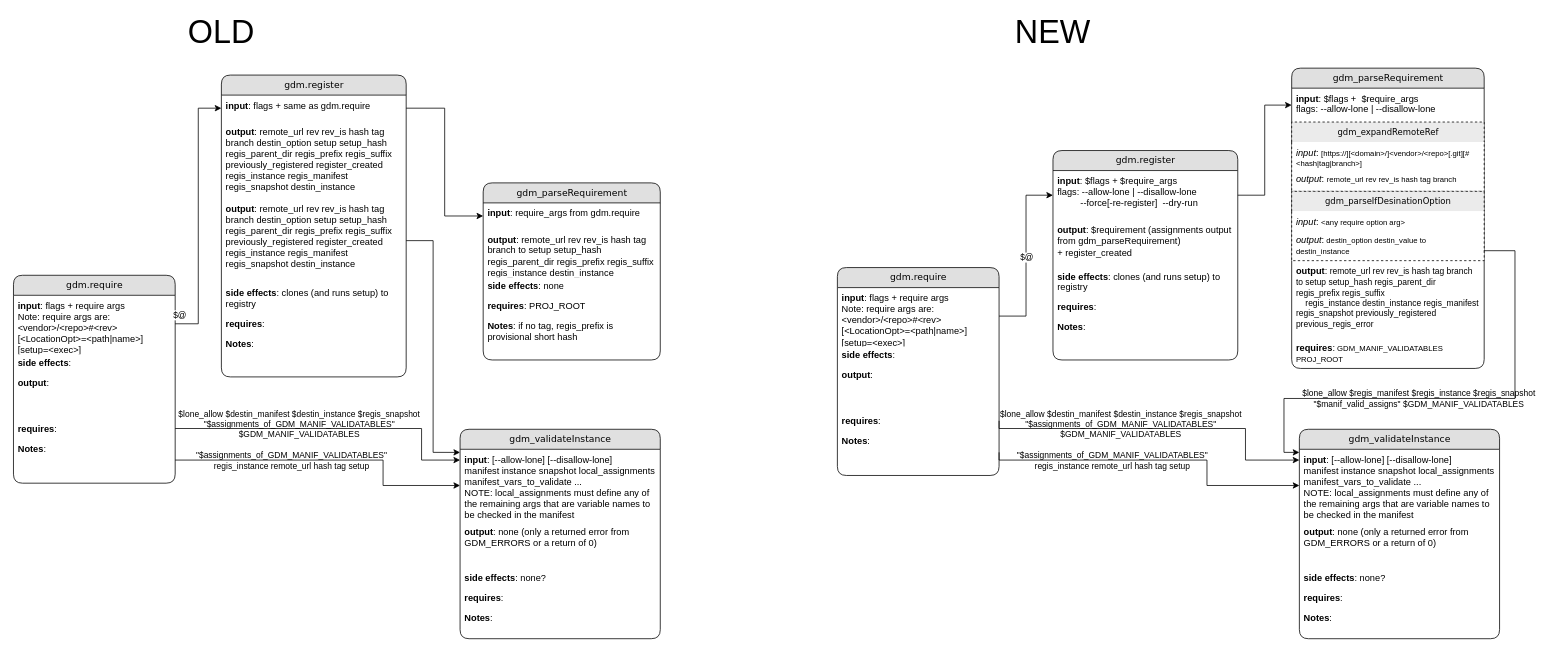
Jeff-Russ/git-dependency-manager keeps this draw.io diagram as src_docs/Call_Graph.drawio. Above is the earlier version. Source tidied: cells renumbered, new cells numbered last; positions are measured from the earlier drawing's top-left corner, leaving out a move shared by most shapes. Both pictures are drawn from the tidied source at 77%, with x=0, y=0 at pixel (13, 21).
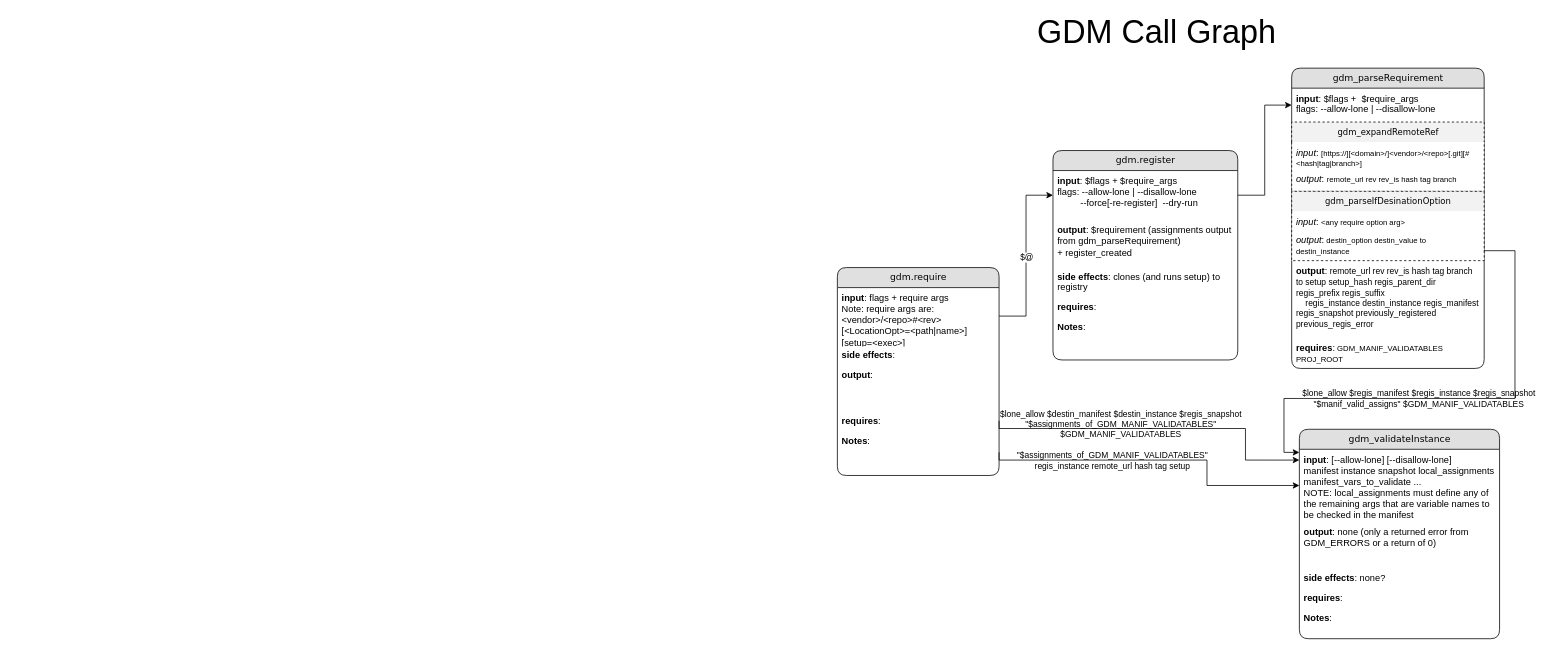
The same diagram, later.

Commit message (it also covers changes not shown here):
Make gdm_parseRequirement output complete requirement details, etc (see changes.md)

The change refers to these unchanged cells:
```xml
<mxCell id="35" value="gdm_parseRequirement" style="swimlane;html=1;fontStyle=0;horizontal=1;startSize=26;fillColor=#e0e0e0;swimlaneFillColor=#ffffff;align=center;rounded=1;shadow=0;comic=0;labelBackgroundColor=none;strokeWidth=1;fontFamily=Verdana;fontSize=12;" parent="1" vertex="1">
  <mxGeometry x="1660" y="61" width="250" height="390" as="geometry" />
</mxCell>
```

What changed in the source:
```diff
@@
-    <mxCell id="2" value="gdm_parseRequirement" style="swimlane;html=1;fontStyle=0;horizontal=1;startSize=26;fillColor=#e0e0e0;swimlaneFillColor=#ffffff;align=center;rounded=1;shadow=0;comic=0;labelBackgroundColor=none;strokeWidth=1;fontFamily=Verdana;fontSize=12;" parent="1" vertex="1">
-      <mxGeometry x="610" y="210" width="230" height="230" as="geometry" />
-    </mxCell>
-    <mxCell id="3" value="&lt;b&gt;input&lt;/b&gt;: require_args&amp;nbsp;from gdm.require" style="text;html=1;strokeColor=none;fillColor=none;spacingLeft=4;spacingRight=4;whiteSpace=wrap;overflow=hidden;points=[[0,0.5],[1,0.5]];portConstraint=eastwest;" parent="2" vertex="1">
-      <mxGeometry y="26" width="230" height="34" as="geometry" />
-    </mxCell>
-    <mxCell id="4" value="&lt;b&gt;output&lt;/b&gt;:&amp;nbsp;remote_url rev rev_is hash tag branch to setup setup_hash regis_parent_dir regis_prefix regis_suffix regis_instance destin_instance" style="text;html=1;strokeColor=none;fillColor=none;spacingLeft=4;spacingRight=4;whiteSpace=wrap;overflow=hidden;" parent="2" vertex="1">
-      <mxGeometry y="60" width="230" height="60" as="geometry" />
-    </mxCell>
-    <mxCell id="5" value="&lt;b&gt;side effects&lt;/b&gt;: none" style="text;html=1;strokeColor=none;fillColor=none;spacingLeft=4;spacingRight=4;whiteSpace=wrap;overflow=hidden;" parent="2" vertex="1">
-      <mxGeometry y="120" width="230" height="26" as="geometry" />
-    </mxCell>
-    <mxCell id="6" value="&lt;b&gt;requires&lt;/b&gt;:&amp;nbsp;PROJ_ROOT" style="text;html=1;strokeColor=none;fillColor=none;spacingLeft=4;spacingRight=4;whiteSpace=wrap;overflow=hidden;" parent="2" vertex="1">
-      <mxGeometry y="146" width="230" height="26" as="geometry" />
-    </mxCell>
-    <mxCell id="7" value="&lt;b&gt;Notes&lt;/b&gt;: if no tag, regis_prefix is provisional short hash" style="text;html=1;strokeColor=none;fillColor=none;spacingLeft=4;spacingRight=4;whiteSpace=wrap;overflow=hidden;" parent="2" vertex="1">
-      <mxGeometry y="172" width="230" height="56" as="geometry" />
-    </mxCell>
-    <mxCell id="8" value="gdm_validateInstance" style="swimlane;html=1;fontStyle=0;horizontal=1;startSize=26;fillColor=#e0e0e0;swimlaneFillColor=#ffffff;align=center;rounded=1;shadow=0;comic=0;labelBackgroundColor=none;strokeWidth=1;fontFamily=Verdana;fontSize=12;" parent="1" vertex="1">
-      <mxGeometry x="580" y="530" width="260" height="272" as="geometry" />
-    </mxCell>
-    <mxCell id="9" value="&lt;b&gt;input&lt;/b&gt;:&amp;nbsp;[--allow-lone] [--disallow-lone] manifest&amp;nbsp;instance snapshot local_assignments manifest_vars_to_validate ...&lt;br&gt;NOTE: local_assignments must&amp;nbsp;define&amp;nbsp;any of the remaining args that are variable names to be checked in the manifest" style="text;html=1;strokeColor=none;fillColor=none;spacingLeft=4;spacingRight=4;whiteSpace=wrap;overflow=hidden;points=[[0,0.5],[1,0.5]];portConstraint=eastwest;" parent="8" vertex="1">
-      <mxGeometry y="26" width="260" height="94" as="geometry" />
-    </mxCell>
-    <mxCell id="10" value="&lt;b&gt;output&lt;/b&gt;: none (only a returned error from GDM_ERRORS or a return of 0&lt;span style=&quot;background-color: initial;&quot;&gt;)&lt;/span&gt;" style="text;html=1;strokeColor=none;fillColor=none;spacingLeft=4;spacingRight=4;whiteSpace=wrap;overflow=hidden;" parent="8" vertex="1">
-      <mxGeometry y="120" width="260" height="60" as="geometry" />
-    </mxCell>
-    <mxCell id="11" value="&lt;b&gt;side effects&lt;/b&gt;: none?" style="text;html=1;strokeColor=none;fillColor=none;spacingLeft=4;spacingRight=4;whiteSpace=wrap;overflow=hidden;" parent="8" vertex="1">
-      <mxGeometry y="180" width="260" height="26" as="geometry" />
-    </mxCell>
-    <mxCell id="12" value="&lt;b&gt;requires&lt;/b&gt;:&amp;nbsp;" style="text;html=1;strokeColor=none;fillColor=none;spacingLeft=4;spacingRight=4;whiteSpace=wrap;overflow=hidden;" parent="8" vertex="1">
-      <mxGeometry y="206" width="260" height="26" as="geometry" />
-    </mxCell>
-    <mxCell id="13" value="&lt;b&gt;Notes&lt;/b&gt;:" style="text;html=1;strokeColor=none;fillColor=none;spacingLeft=4;spacingRight=4;whiteSpace=wrap;overflow=hidden;" parent="8" vertex="1">
-      <mxGeometry y="232" width="260" height="40" as="geometry" />
-    </mxCell>
-    <mxCell id="14" value="gdm.require" style="swimlane;html=1;fontStyle=0;horizontal=1;startSize=26;fillColor=#e0e0e0;swimlaneFillColor=#ffffff;align=center;rounded=1;shadow=0;comic=0;labelBackgroundColor=none;strokeWidth=1;fontFamily=Verdana;fontSize=12;" parent="1" vertex="1">
-      <mxGeometry y="330" width="210" height="270" as="geometry" />
-    </mxCell>
-    <mxCell id="15" value="&lt;b&gt;input&lt;/b&gt;: flags + require args&lt;br&gt;Note: require args are:&amp;lt;vendor&amp;gt;/&amp;lt;repo&amp;gt;#&amp;lt;rev&amp;gt; [&amp;lt;LocationOpt&amp;gt;=&amp;lt;path|name&amp;gt;] [setup=&amp;lt;exec&amp;gt;]" style="text;html=1;strokeColor=none;fillColor=none;spacingLeft=4;spacingRight=4;whiteSpace=wrap;overflow=hidden;points=[[0,0.5],[1,0.5]];portConstraint=eastwest;" parent="14" vertex="1">
-      <mxGeometry y="26" width="210" height="74" as="geometry" />
-    </mxCell>
-    <mxCell id="16" value="&lt;b&gt;side effects&lt;/b&gt;:" style="text;html=1;strokeColor=none;fillColor=none;spacingLeft=4;spacingRight=4;whiteSpace=wrap;overflow=hidden;" parent="14" vertex="1">
-      <mxGeometry y="100" width="210" height="26" as="geometry" />
-    </mxCell>
-    <mxCell id="17" value="&lt;b&gt;output&lt;/b&gt;:&amp;nbsp;" style="text;html=1;strokeColor=none;fillColor=none;spacingLeft=4;spacingRight=4;whiteSpace=wrap;overflow=hidden;" parent="14" vertex="1">
-      <mxGeometry y="126" width="210" height="60" as="geometry" />
-    </mxCell>
-    <mxCell id="18" value="&lt;b&gt;requires&lt;/b&gt;:" style="text;html=1;strokeColor=none;fillColor=none;spacingLeft=4;spacingRight=4;whiteSpace=wrap;overflow=hidden;points=[[0,0.5],[1,0.5]];portConstraint=eastwest;" parent="14" vertex="1">
-      <mxGeometry y="186" width="210" height="26" as="geometry" />
-    </mxCell>
-    <mxCell id="19" value="&lt;b&gt;Notes&lt;/b&gt;:&amp;nbsp;" style="text;html=1;strokeColor=none;fillColor=none;spacingLeft=4;spacingRight=4;whiteSpace=wrap;overflow=hidden;points=[[0,0.5],[1,0.5]];portConstraint=eastwest;" parent="14" vertex="1">
-      <mxGeometry y="212" width="210" height="56" as="geometry" />
-    </mxCell>
-    <mxCell id="20" value="gdm.register" style="swimlane;html=1;fontStyle=0;horizontal=1;startSize=26;fillColor=#e0e0e0;swimlaneFillColor=#ffffff;align=center;rounded=1;shadow=0;comic=0;labelBackgroundColor=none;strokeWidth=1;fontFamily=Verdana;fontSize=12;" parent="1" vertex="1">
-      <mxGeometry x="270" y="70" width="240" height="392" as="geometry" />
-    </mxCell>
-    <mxCell id="21" value="&lt;b&gt;input&lt;/b&gt;: flags + same as gdm.require" style="text;html=1;strokeColor=none;fillColor=none;spacingLeft=4;spacingRight=4;whiteSpace=wrap;overflow=hidden;points=[[0,0.5],[1,0.5]];portConstraint=eastwest;" parent="20" vertex="1">
-      <mxGeometry y="26" width="240" height="34" as="geometry" />
-    </mxCell>
-    <mxCell id="22" value="&lt;b&gt;output&lt;/b&gt;:&amp;nbsp;remote_url rev rev_is hash tag branch destin_option setup setup_hash regis_parent_dir regis_prefix regis_suffix  previously_registered register_created regis_instance regis_manifest regis_snapshot destin_instance" style="text;html=1;strokeColor=none;fillColor=none;spacingLeft=4;spacingRight=4;whiteSpace=wrap;overflow=hidden;" parent="20" vertex="1">
-      <mxGeometry y="60" width="240" height="100" as="geometry" />
-    </mxCell>
-    <mxCell id="23" value="&lt;b&gt;output&lt;/b&gt;:&amp;nbsp;remote_url rev rev_is hash tag branch destin_option setup setup_hash regis_parent_dir regis_prefix regis_suffix  previously_registered register_created regis_instance regis_manifest regis_snapshot destin_instance" style="text;html=1;strokeColor=none;fillColor=none;spacingLeft=4;spacingRight=4;whiteSpace=wrap;overflow=hidden;points=[[0,0.5],[1,0.5]];portConstraint=eastwest;" parent="20" vertex="1">
-      <mxGeometry y="160" width="240" height="110" as="geometry" />
-    </mxCell>
-    <mxCell id="24" value="&lt;b&gt;side effects&lt;/b&gt;: clones (and runs setup) to registry&amp;nbsp;" style="text;html=1;strokeColor=none;fillColor=none;spacingLeft=4;spacingRight=4;whiteSpace=wrap;overflow=hidden;" parent="20" vertex="1">
-      <mxGeometry y="270" width="240" height="40" as="geometry" />
-    </mxCell>
-    <mxCell id="25" value="&lt;b&gt;requires&lt;/b&gt;:" style="text;html=1;strokeColor=none;fillColor=none;spacingLeft=4;spacingRight=4;whiteSpace=wrap;overflow=hidden;" parent="20" vertex="1">
-      <mxGeometry y="310" width="240" height="26" as="geometry" />
-    </mxCell>
-    <mxCell id="26" value="&lt;b&gt;Notes&lt;/b&gt;:&amp;nbsp;" style="text;html=1;strokeColor=none;fillColor=none;spacingLeft=4;spacingRight=4;whiteSpace=wrap;overflow=hidden;" parent="20" vertex="1">
-      <mxGeometry y="336" width="240" height="56" as="geometry" />
-    </mxCell>
-    <mxCell id="27" style="edgeStyle=orthogonalEdgeStyle;rounded=0;jettySize=auto;html=1;exitX=1;exitY=0.5;exitDx=0;exitDy=0;entryX=0;entryY=0.5;entryDx=0;entryDy=0;" parent="1" edge="1" source="21" target="3">
-      <mxGeometry relative="1" as="geometry" />
-    </mxCell>
-    <mxCell id="28" style="edgeStyle=orthogonalEdgeStyle;rounded=0;jettySize=auto;html=1;exitX=1;exitY=0.5;exitDx=0;exitDy=0;entryX=0;entryY=0.5;entryDx=0;entryDy=0;" parent="1" edge="1" source="15" target="21">
-      <mxGeometry relative="1" as="geometry" />
-    </mxCell>
-    <mxCell id="29" value="$@" style="edgeLabel;html=1;align=center;verticalAlign=middle;" parent="28" vertex="1">
-      <mxGeometry x="-0.65" y="-7" relative="1" as="geometry">
-        <mxPoint x="-32" y="17" as="offset" />
-      </mxGeometry>
-    </mxCell>
-    <mxCell id="30" style="edgeStyle=orthogonalEdgeStyle;rounded=0;jettySize=auto;html=1;exitX=1;exitY=0.5;exitDx=0;exitDy=0;entryX=0;entryY=0.149;entryDx=0;entryDy=0;entryPerimeter=0;" parent="1" edge="1" source="18" target="9">
-      <mxGeometry relative="1" as="geometry">
-        <Array as="points">
-          <mxPoint x="530" y="529" />
-          <mxPoint x="530" y="570" />
-        </Array>
-      </mxGeometry>
-    </mxCell>
-    <mxCell id="31" value="$lone_allow $destin_manifest $destin_instance $regis_snapshot &lt;br&gt;&quot;$assignments_of_GDM_MANIF_VALIDATABLES&quot; &lt;br&gt;$GDM_MANIF_VALIDATABLES" style="edgeLabel;html=1;align=center;verticalAlign=middle;labelBackgroundColor=none;" parent="30" vertex="1">
-      <mxGeometry x="-0.52" relative="1" as="geometry">
-        <mxPoint x="61" y="-7" as="offset" />
-      </mxGeometry>
-    </mxCell>
-    <mxCell id="32" style="edgeStyle=orthogonalEdgeStyle;rounded=0;jettySize=auto;html=1;exitX=1;exitY=0.5;exitDx=0;exitDy=0;entryX=0;entryY=0.043;entryDx=0;entryDy=0;entryPerimeter=0;" parent="1" edge="1" source="23" target="9">
-      <mxGeometry relative="1" as="geometry" />
-    </mxCell>
-    <mxCell id="33" style="edgeStyle=orthogonalEdgeStyle;rounded=0;jettySize=auto;html=1;exitX=1;exitY=0.5;exitDx=0;exitDy=0;entryX=0;entryY=0.5;entryDx=0;entryDy=0;" parent="1" edge="1" source="19" target="9">
-      <mxGeometry relative="1" as="geometry">
-        <Array as="points">
-          <mxPoint x="480" y="570" />
-          <mxPoint x="480" y="603" />
-        </Array>
-      </mxGeometry>
-    </mxCell>
-    <mxCell id="34" value="&lt;span style=&quot;&quot;&gt;&quot;$assignments_of_GDM_MANIF_VALIDATABLES&quot;&lt;/span&gt;&lt;br style=&quot;border-color: var(--border-color);&quot;&gt;regis_instance remote_url hash tag setup" style="edgeLabel;html=1;align=center;verticalAlign=middle;labelBackgroundColor=none;" parent="33" vertex="1">
-      <mxGeometry x="-0.56" y="2" relative="1" as="geometry">
-        <mxPoint x="61" y="2" as="offset" />
-      </mxGeometry>
-    </mxCell>
@@
-    <mxCell id="37" value="&lt;font style=&quot;font-size: 11px;&quot;&gt;gdm_expandRemoteRef&lt;/font&gt;" style="swimlane;html=1;fontStyle=0;horizontal=1;startSize=26;fillColor=#EBEBEB;swimlaneFillColor=#ffffff;align=center;rounded=0;shadow=0;comic=0;labelBackgroundColor=none;strokeWidth=1;fontFamily=Verdana;fontSize=12;glass=0;swimlaneLine=0;strokeColor=default;dashed=1;" parent="35" vertex="1">
+    <mxCell id="37" value="&lt;font style=&quot;font-size: 11px;&quot;&gt;gdm_expandRemoteRef&lt;/font&gt;" style="swimlane;html=1;fontStyle=0;horizontal=1;startSize=26;fillColor=#F2F2F2;swimlaneFillColor=default;align=center;rounded=0;shadow=0;comic=0;labelBackgroundColor=none;strokeWidth=1;fontFamily=Verdana;fontSize=12;glass=0;swimlaneLine=0;strokeColor=default;dashed=1;" parent="35" vertex="1">
       <mxGeometry y="70" width="250" height="90" as="geometry" />
     </mxCell>
@@
-    <mxCell id="40" value="&lt;font style=&quot;font-size: 11px;&quot;&gt;gdm_parseIfDesinationOption&lt;/font&gt;" style="swimlane;html=1;fontStyle=0;horizontal=1;startSize=26;fillColor=#EBEBEB;swimlaneFillColor=#ffffff;align=center;rounded=0;shadow=0;comic=0;labelBackgroundColor=none;strokeWidth=1;fontFamily=Verdana;fontSize=12;swimlaneLine=0;strokeColor=default;dashed=1;" parent="35" vertex="1">
+    <mxCell id="40" value="&lt;font style=&quot;font-size: 11px;&quot;&gt;gdm_parseIfDesinationOption&lt;/font&gt;" style="swimlane;html=1;fontStyle=0;horizontal=1;startSize=26;fillColor=#F2F2F2;swimlaneFillColor=#ffffff;align=center;rounded=0;shadow=0;comic=0;labelBackgroundColor=none;strokeWidth=1;fontFamily=Verdana;fontSize=12;swimlaneLine=0;strokeColor=default;dashed=1;" parent="35" vertex="1">
       <mxGeometry y="160" width="250" height="90" as="geometry" />
     </mxCell>
@@
-    <mxCell id="72" value="&lt;font style=&quot;font-size: 42px;&quot;&gt;OLD&lt;/font&gt;" style="text;html=1;strokeColor=none;fillColor=none;align=center;verticalAlign=middle;whiteSpace=wrap;rounded=0;" parent="1" vertex="1">
-      <mxGeometry x="240" width="60" height="30" as="geometry" />
-    </mxCell>
-    <mxCell id="73" value="&lt;font style=&quot;font-size: 42px;&quot;&gt;NEW&lt;/font&gt;" style="text;html=1;strokeColor=none;fillColor=none;align=center;verticalAlign=middle;whiteSpace=wrap;rounded=0;" parent="1" vertex="1">
-      <mxGeometry x="1320" width="60" height="30" as="geometry" />
+    <mxCell id="73" value="&lt;span style=&quot;font-size: 42px;&quot;&gt;GDM Call Graph&lt;/span&gt;" style="text;html=1;strokeColor=none;fillColor=none;align=center;verticalAlign=middle;whiteSpace=wrap;rounded=0;" parent="1" vertex="1">
+      <mxGeometry x="1320" width="330" height="30" as="geometry" />
     </mxCell>
```
